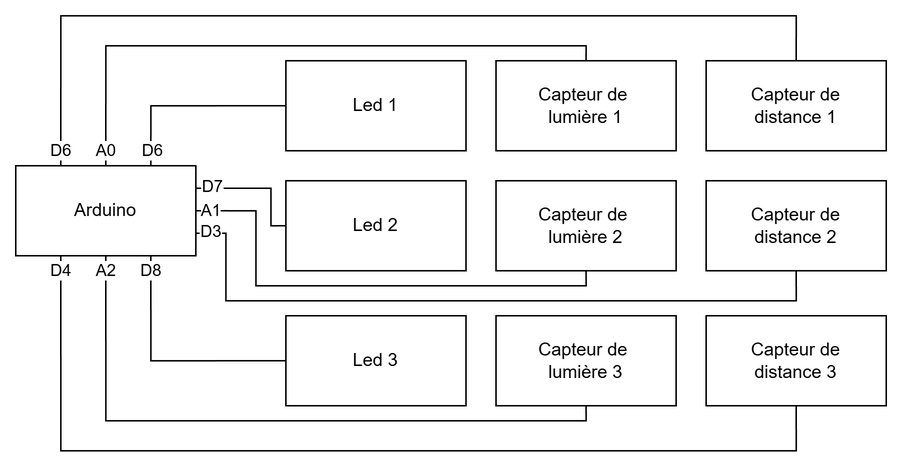
Above: super_computer/schemes/Diagramme super ordinateur.drawio.png in Poutchy/Escape-game-plans (draw.io), before the change. Source tidied: cells renumbered, new cells last; positions are measured from the earlier drawing's top-left corner, leaving out a move shared by most shapes. The source it was exported from:
```xml
<mxGraphModel>
  <root>
    <mxCell id="0" />
    <mxCell id="1" parent="0" />
    <mxCell id="2" value="Arduino" style="rounded=0;whiteSpace=wrap;html=1;" parent="1" vertex="1">
      <mxGeometry y="100" width="120" height="60" as="geometry" />
    </mxCell>
    <mxCell id="3" style="edgeStyle=orthogonalEdgeStyle;rounded=0;jettySize=auto;html=1;exitX=0;exitY=0.5;exitDx=0;exitDy=0;entryX=0.75;entryY=0;entryDx=0;entryDy=0;endArrow=none;endFill=0;" parent="1" edge="1" source="5" target="2">
      <mxGeometry relative="1" as="geometry" />
    </mxCell>
    <mxCell id="4" value="D6" style="edgeLabel;html=1;align=center;verticalAlign=middle;" parent="3" vertex="1">
      <mxGeometry x="0.88" y="1" relative="1" as="geometry">
        <mxPoint y="-2" as="offset" />
      </mxGeometry>
    </mxCell>
    <mxCell id="5" value="Led 1" style="rounded=0;whiteSpace=wrap;html=1;" parent="1" vertex="1">
      <mxGeometry x="180" y="30" width="120" height="60" as="geometry" />
    </mxCell>
    <mxCell id="6" style="edgeStyle=orthogonalEdgeStyle;rounded=0;jettySize=auto;html=1;exitX=0.5;exitY=0;exitDx=0;exitDy=0;entryX=0.5;entryY=0;entryDx=0;entryDy=0;endArrow=none;endFill=0;" parent="1" edge="1" source="8" target="2">
      <mxGeometry relative="1" as="geometry">
        <Array as="points">
          <mxPoint x="380" y="20" />
          <mxPoint x="60" y="20" />
        </Array>
      </mxGeometry>
    </mxCell>
    <mxCell id="7" value="A0" style="edgeLabel;html=1;align=center;verticalAlign=middle;" parent="6" vertex="1">
      <mxGeometry x="0.95" y="-2" relative="1" as="geometry">
        <mxPoint x="2" as="offset" />
      </mxGeometry>
    </mxCell>
    <mxCell id="8" value="Capteur de&amp;nbsp;&lt;br&gt;lumière 1" style="rounded=0;whiteSpace=wrap;html=1;" parent="1" vertex="1">
      <mxGeometry x="320" y="30" width="120" height="60" as="geometry" />
    </mxCell>
    <mxCell id="9" style="edgeStyle=orthogonalEdgeStyle;rounded=0;jettySize=auto;html=1;exitX=0.5;exitY=0;exitDx=0;exitDy=0;entryX=0.25;entryY=0;entryDx=0;entryDy=0;endArrow=none;endFill=0;" parent="1" edge="1" source="11" target="2">
      <mxGeometry relative="1" as="geometry">
        <Array as="points">
          <mxPoint x="520" />
          <mxPoint x="30" />
        </Array>
      </mxGeometry>
    </mxCell>
    <mxCell id="10" value="D6" style="edgeLabel;html=1;align=center;verticalAlign=middle;" parent="9" vertex="1">
      <mxGeometry x="0.97" relative="1" as="geometry" />
    </mxCell>
    <mxCell id="11" value="Capteur de&lt;br&gt;distance 1" style="rounded=0;whiteSpace=wrap;html=1;" parent="1" vertex="1">
      <mxGeometry x="460" y="30" width="120" height="60" as="geometry" />
    </mxCell>
    <mxCell id="12" style="edgeStyle=orthogonalEdgeStyle;rounded=0;jettySize=auto;html=1;exitX=0;exitY=0.5;exitDx=0;exitDy=0;entryX=1;entryY=0.25;entryDx=0;entryDy=0;endArrow=none;endFill=0;" parent="1" edge="1" source="14" target="2">
      <mxGeometry relative="1" as="geometry">
        <Array as="points">
          <mxPoint x="170" y="140" />
          <mxPoint x="170" y="115" />
        </Array>
      </mxGeometry>
    </mxCell>
    <mxCell id="13" value="D7" style="edgeLabel;html=1;align=center;verticalAlign=middle;" parent="12" vertex="1">
      <mxGeometry x="0.81" y="-1" relative="1" as="geometry">
        <mxPoint x="2" as="offset" />
      </mxGeometry>
    </mxCell>
    <mxCell id="14" value="Led 2" style="rounded=0;whiteSpace=wrap;html=1;" parent="1" vertex="1">
      <mxGeometry x="180" y="110" width="120" height="60" as="geometry" />
    </mxCell>
    <mxCell id="15" value="Capteur de&amp;nbsp;&lt;br&gt;lumière 2" style="rounded=0;whiteSpace=wrap;html=1;" parent="1" vertex="1">
      <mxGeometry x="320" y="110" width="120" height="60" as="geometry" />
    </mxCell>
    <mxCell id="16" value="Capteur de&lt;br&gt;distance 2" style="rounded=0;whiteSpace=wrap;html=1;" parent="1" vertex="1">
      <mxGeometry x="460" y="110" width="120" height="60" as="geometry" />
    </mxCell>
    <mxCell id="17" style="edgeStyle=orthogonalEdgeStyle;rounded=0;jettySize=auto;html=1;exitX=0;exitY=0.5;exitDx=0;exitDy=0;entryX=0.75;entryY=1;entryDx=0;entryDy=0;endArrow=none;endFill=0;" parent="1" edge="1" source="19" target="2">
      <mxGeometry relative="1" as="geometry" />
    </mxCell>
    <mxCell id="18" value="D8" style="edgeLabel;html=1;align=center;verticalAlign=middle;" parent="17" vertex="1">
      <mxGeometry x="0.9" relative="1" as="geometry">
        <mxPoint y="2" as="offset" />
      </mxGeometry>
    </mxCell>
    <mxCell id="19" value="Led 3" style="rounded=0;whiteSpace=wrap;html=1;" parent="1" vertex="1">
      <mxGeometry x="180" y="200" width="120" height="60" as="geometry" />
    </mxCell>
    <mxCell id="20" style="edgeStyle=orthogonalEdgeStyle;rounded=0;jettySize=auto;html=1;exitX=0.5;exitY=1;exitDx=0;exitDy=0;entryX=0.5;entryY=1;entryDx=0;entryDy=0;endArrow=none;endFill=0;" parent="1" edge="1" source="22" target="2">
      <mxGeometry relative="1" as="geometry">
        <Array as="points">
          <mxPoint x="380" y="270" />
          <mxPoint x="60" y="270" />
        </Array>
      </mxGeometry>
    </mxCell>
    <mxCell id="21" value="A2" style="edgeLabel;html=1;align=center;verticalAlign=middle;" parent="20" vertex="1">
      <mxGeometry x="0.96" y="1" relative="1" as="geometry">
        <mxPoint x="1" y="1" as="offset" />
      </mxGeometry>
    </mxCell>
    <mxCell id="22" value="Capteur de&amp;nbsp;&lt;br&gt;lumière 3" style="rounded=0;whiteSpace=wrap;html=1;" parent="1" vertex="1">
      <mxGeometry x="320" y="200" width="120" height="60" as="geometry" />
    </mxCell>
    <mxCell id="23" style="edgeStyle=orthogonalEdgeStyle;rounded=0;jettySize=auto;html=1;exitX=0.5;exitY=1;exitDx=0;exitDy=0;entryX=0.25;entryY=1;entryDx=0;entryDy=0;endArrow=none;endFill=0;" parent="1" edge="1" source="25" target="2">
      <mxGeometry relative="1" as="geometry">
        <Array as="points">
          <mxPoint x="520" y="290" />
          <mxPoint x="30" y="290" />
        </Array>
      </mxGeometry>
    </mxCell>
    <mxCell id="24" value="D4" style="edgeLabel;html=1;align=center;verticalAlign=middle;" parent="23" vertex="1">
      <mxGeometry x="0.93" relative="1" as="geometry">
        <mxPoint y="-12" as="offset" />
      </mxGeometry>
    </mxCell>
    <mxCell id="25" value="Capteur de&lt;br&gt;distance 3" style="rounded=0;whiteSpace=wrap;html=1;" parent="1" vertex="1">
      <mxGeometry x="460" y="200" width="120" height="60" as="geometry" />
    </mxCell>
    <mxCell id="26" style="edgeStyle=orthogonalEdgeStyle;rounded=0;jettySize=auto;html=1;exitX=0.5;exitY=1;exitDx=0;exitDy=0;entryX=1;entryY=0.5;entryDx=0;entryDy=0;endArrow=none;endFill=0;" parent="1" edge="1" source="15" target="2">
      <mxGeometry relative="1" as="geometry">
        <Array as="points">
          <mxPoint x="380" y="180" />
          <mxPoint x="160" y="180" />
          <mxPoint x="160" y="130" />
        </Array>
      </mxGeometry>
    </mxCell>
    <mxCell id="27" value="A1" style="edgeLabel;html=1;align=center;verticalAlign=middle;" parent="26" vertex="1">
      <mxGeometry x="0.9" relative="1" as="geometry">
        <mxPoint x="-6" as="offset" />
      </mxGeometry>
    </mxCell>
    <mxCell id="28" style="edgeStyle=orthogonalEdgeStyle;rounded=0;jettySize=auto;html=1;exitX=0.5;exitY=1;exitDx=0;exitDy=0;entryX=1;entryY=0.75;entryDx=0;entryDy=0;endArrow=none;endFill=0;" parent="1" edge="1" source="16" target="2">
      <mxGeometry relative="1" as="geometry">
        <Array as="points">
          <mxPoint x="520" y="190" />
          <mxPoint x="140" y="190" />
          <mxPoint x="140" y="145" />
        </Array>
      </mxGeometry>
    </mxCell>
    <mxCell id="29" value="D3" style="edgeLabel;html=1;align=center;verticalAlign=middle;" parent="28" vertex="1">
      <mxGeometry x="0.96" y="-1" relative="1" as="geometry">
        <mxPoint x="-1" as="offset" />
      </mxGeometry>
    </mxCell>
  </root>
</mxGraphModel>
```
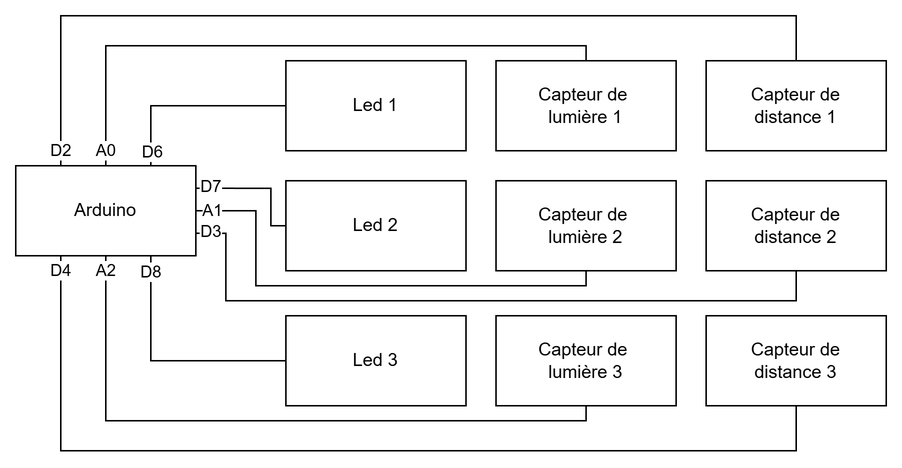
Later version of the same file.

Commit message:
code super ordinateur

The edit, as a diff of the source:
```diff
@@ -40,7 +40,7 @@
         </Array>
       </mxGeometry>
     </mxCell>
-    <mxCell id="10" value="D6" style="edgeLabel;html=1;align=center;verticalAlign=middle;" parent="9" vertex="1">
+    <mxCell id="10" value="D2" style="edgeLabel;html=1;align=center;verticalAlign=middle;" parent="9" vertex="1">
       <mxGeometry x="0.97" relative="1" as="geometry" />
     </mxCell>
     <mxCell id="11" value="Capteur de&lt;br&gt;distance 1" style="rounded=0;whiteSpace=wrap;html=1;" parent="1" vertex="1">
```
